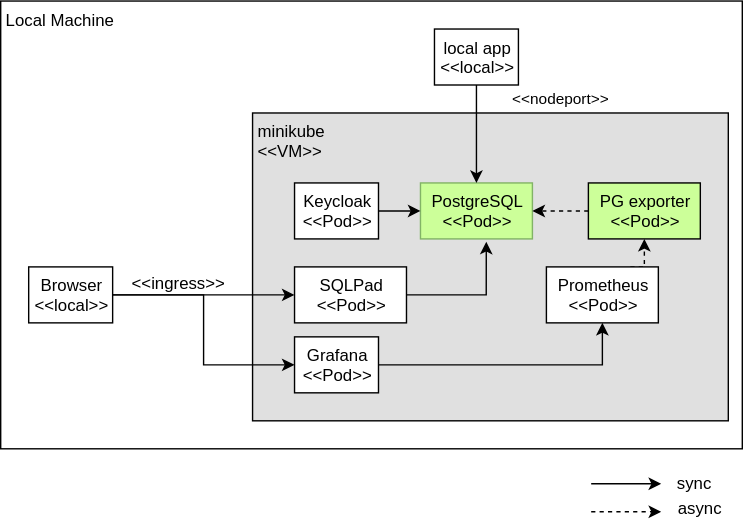
The draw.io diagram doc/kubernetes/modules/ROOT/images/storage/minikube-runtime-view-postgres.dio.svg in keycloak/keycloak-benchmark, before a commit. Source tidied: cells renumbered, new cells last; positions are measured from the earlier drawing's top-left corner, leaving out a move shared by most shapes. Source of this version:
```xml
<mxGraphModel>
  <root>
    <mxCell id="0" />
    <mxCell id="1" parent="0" />
    <mxCell id="2" value="Local Machine" style="rounded=0;whiteSpace=wrap;html=1;align=left;labelPosition=center;verticalLabelPosition=middle;verticalAlign=top;spacingLeft=2;" parent="1" vertex="1">
      <mxGeometry width="530" height="320" as="geometry" />
    </mxCell>
    <mxCell id="3" value="minikube&lt;br&gt;&amp;lt;&amp;lt;VM&amp;gt;&amp;gt;" style="rounded=0;whiteSpace=wrap;html=1;align=left;verticalAlign=top;spacing=2;spacingLeft=2;labelBackgroundColor=none;fillColor=#E0E0E0;" parent="1" vertex="1">
      <mxGeometry x="180" y="80" width="340" height="220" as="geometry" />
    </mxCell>
    <mxCell id="4" style="edgeStyle=orthogonalEdgeStyle;rounded=0;jettySize=auto;html=1;entryX=0.5;entryY=1;entryDx=0;entryDy=0;dashed=1;exitX=0.75;exitY=0;exitDx=0;exitDy=0;" parent="1" edge="1" source="5" target="11">
      <mxGeometry relative="1" as="geometry" />
    </mxCell>
    <mxCell id="5" value="Prometheus&lt;br&gt;&amp;lt;&amp;lt;Pod&amp;gt;&amp;gt;" style="rounded=0;whiteSpace=wrap;html=1;align=center;verticalAlign=top;spacing=2;spacingLeft=2;" parent="1" vertex="1">
      <mxGeometry x="390" y="190" width="80" height="40" as="geometry" />
    </mxCell>
    <mxCell id="6" style="edgeStyle=orthogonalEdgeStyle;rounded=0;jettySize=auto;html=1;entryX=0.5;entryY=1;entryDx=0;entryDy=0;" parent="1" edge="1" source="7" target="5">
      <mxGeometry relative="1" as="geometry" />
    </mxCell>
    <mxCell id="7" value="Grafana&lt;br&gt;&amp;lt;&amp;lt;Pod&amp;gt;&amp;gt;" style="rounded=0;whiteSpace=wrap;html=1;align=center;verticalAlign=top;spacing=2;spacingLeft=2;" parent="1" vertex="1">
      <mxGeometry x="210" y="240" width="60" height="40" as="geometry" />
    </mxCell>
    <mxCell id="8" value="Keycloak&lt;br&gt;&amp;lt;&amp;lt;Pod&amp;gt;&amp;gt;" style="rounded=0;whiteSpace=wrap;html=1;align=center;verticalAlign=top;spacing=2;spacingLeft=2;" parent="1" vertex="1">
      <mxGeometry x="210" y="130" width="60" height="40" as="geometry" />
    </mxCell>
    <mxCell id="9" value="PostgreSQL&lt;br&gt;&amp;lt;&amp;lt;Pod&amp;gt;&amp;gt;" style="rounded=0;whiteSpace=wrap;html=1;align=center;verticalAlign=top;spacing=2;spacingLeft=2;fillColor=#CCFF99;strokeColor=#82b366;" parent="1" vertex="1">
      <mxGeometry x="300" y="130" width="80" height="40" as="geometry" />
    </mxCell>
    <mxCell id="10" style="edgeStyle=orthogonalEdgeStyle;rounded=0;jettySize=auto;html=1;dashed=1;" parent="1" edge="1" source="11" target="9">
      <mxGeometry relative="1" as="geometry" />
    </mxCell>
    <mxCell id="11" value="PG exporter&lt;br&gt;&amp;lt;&amp;lt;Pod&amp;gt;&amp;gt;" style="rounded=0;whiteSpace=wrap;html=1;align=center;verticalAlign=top;spacing=2;spacingLeft=2;fillColor=#CCFF99;" parent="1" vertex="1">
      <mxGeometry x="420" y="130" width="80" height="40" as="geometry" />
    </mxCell>
    <mxCell id="12" style="edgeStyle=orthogonalEdgeStyle;rounded=0;jettySize=auto;html=1;entryX=0;entryY=0.5;entryDx=0;entryDy=0;" parent="1" edge="1" source="13" target="7">
      <mxGeometry relative="1" as="geometry" />
    </mxCell>
    <mxCell id="13" value="Browser&lt;br&gt;&amp;lt;&amp;lt;local&amp;gt;&amp;gt;" style="rounded=0;whiteSpace=wrap;html=1;align=center;verticalAlign=top;spacing=2;spacingLeft=2;" parent="1" vertex="1">
      <mxGeometry x="20" y="190" width="60" height="40" as="geometry" />
    </mxCell>
    <mxCell id="14" style="group;" parent="1" vertex="1">
      <mxGeometry x="422" y="330" width="108" height="48" as="geometry" />
    </mxCell>
    <mxCell id="15" style="edgeStyle=orthogonalEdgeStyle;rounded=0;orthogonalLoop=1;jettySize=auto;html=1;" parent="14" edge="1">
      <mxGeometry relative="1" as="geometry">
        <mxPoint y="15" as="sourcePoint" />
        <mxPoint x="50" y="15" as="targetPoint" />
      </mxGeometry>
    </mxCell>
    <mxCell id="16" style="edgeStyle=orthogonalEdgeStyle;rounded=0;orthogonalLoop=1;jettySize=auto;html=1;dashed=1;" parent="14" edge="1">
      <mxGeometry relative="1" as="geometry">
        <mxPoint y="35" as="sourcePoint" />
        <mxPoint x="50" y="35" as="targetPoint" />
      </mxGeometry>
    </mxCell>
    <mxCell id="17" value="sync" style="text;html=1;strokeColor=none;fillColor=none;align=center;verticalAlign=middle;whiteSpace=wrap;rounded=0;labelBackgroundColor=none;" parent="14" vertex="1">
      <mxGeometry x="44" width="60" height="30" as="geometry" />
    </mxCell>
    <mxCell id="18" value="async" style="text;html=1;strokeColor=none;fillColor=none;align=center;verticalAlign=middle;whiteSpace=wrap;rounded=0;labelBackgroundColor=none;" parent="14" vertex="1">
      <mxGeometry x="48" y="18" width="60" height="30" as="geometry" />
    </mxCell>
    <mxCell id="19" value="&lt;span style=&quot;color: rgb(0 , 0 , 0) ; font-family: &amp;#34;helvetica&amp;#34; ; font-size: 12px ; font-style: normal ; font-weight: 400 ; letter-spacing: normal ; text-align: center ; text-indent: 0px ; text-transform: none ; word-spacing: 0px ; display: inline ; float: none&quot;&gt;&amp;lt;&amp;lt;ingress&amp;gt;&amp;gt;&lt;/span&gt;" style="text;whiteSpace=wrap;html=1;" parent="1" vertex="1">
      <mxGeometry x="92" y="188" width="60" height="30" as="geometry" />
    </mxCell>
    <mxCell id="20" value="local app&lt;br&gt;&amp;lt;&amp;lt;local&amp;gt;&amp;gt;" style="rounded=0;whiteSpace=wrap;html=1;align=center;verticalAlign=top;spacing=2;spacingLeft=2;" parent="1" vertex="1">
      <mxGeometry x="310" y="20" width="60" height="40" as="geometry" />
    </mxCell>
    <mxCell id="21" value="&amp;lt;&amp;lt;nodeport&amp;gt;&amp;gt;&lt;br&gt;" style="edgeStyle=orthogonalEdgeStyle;rounded=0;jettySize=auto;html=1;entryX=0.5;entryY=0;entryDx=0;entryDy=0;sketch=0;jumpStyle=gap;exitX=0.5;exitY=1;exitDx=0;exitDy=0;" parent="1" edge="1" source="20" target="9">
      <mxGeometry x="-0.71" y="60" relative="1" as="geometry" />
    </mxCell>
    <mxCell id="22" style="edgeStyle=orthogonalEdgeStyle;rounded=0;jettySize=auto;html=1;entryX=0;entryY=0.5;entryDx=0;entryDy=0;" parent="1" edge="1" target="9">
      <mxGeometry relative="1" as="geometry">
        <mxPoint x="270" y="150" as="sourcePoint" />
      </mxGeometry>
    </mxCell>
    <mxCell id="23" style="edgeStyle=orthogonalEdgeStyle;rounded=0;jettySize=auto;html=1;entryX=0.588;entryY=1.05;entryDx=0;entryDy=0;entryPerimeter=0;" parent="1" edge="1" source="24" target="9">
      <mxGeometry relative="1" as="geometry" />
    </mxCell>
    <mxCell id="24" value="SQLPad&lt;br&gt;&amp;lt;&amp;lt;Pod&amp;gt;&amp;gt;" style="rounded=0;whiteSpace=wrap;html=1;align=center;verticalAlign=top;spacing=2;spacingLeft=2;" parent="1" vertex="1">
      <mxGeometry x="210" y="190" width="80" height="40" as="geometry" />
    </mxCell>
    <mxCell id="25" style="edgeStyle=orthogonalEdgeStyle;rounded=0;jettySize=auto;html=1;entryX=0;entryY=0.5;entryDx=0;entryDy=0;" parent="1" edge="1" target="24">
      <mxGeometry relative="1" as="geometry">
        <mxPoint x="80" y="210" as="sourcePoint" />
      </mxGeometry>
    </mxCell>
  </root>
</mxGraphModel>
```
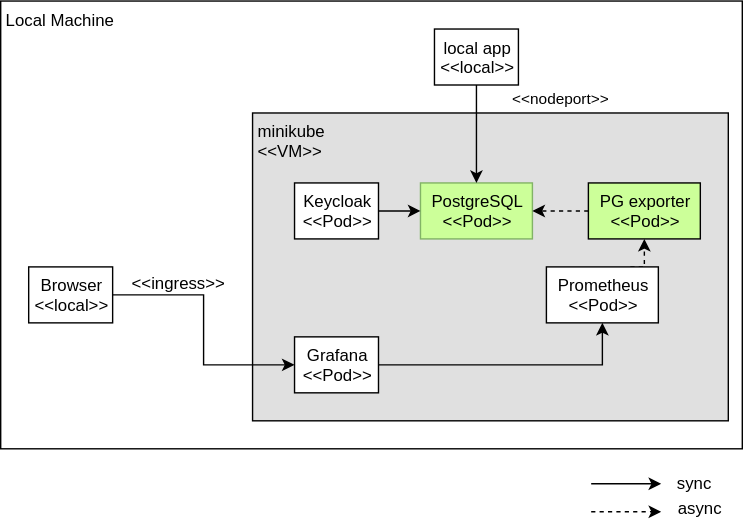
Above is the later version.

Diff of the diagram source:
```diff
@@ -73,16 +73,5 @@
         <mxPoint x="270" y="150" as="sourcePoint" />
       </mxGeometry>
     </mxCell>
-    <mxCell id="23" style="edgeStyle=orthogonalEdgeStyle;rounded=0;jettySize=auto;html=1;entryX=0.588;entryY=1.05;entryDx=0;entryDy=0;entryPerimeter=0;" parent="1" edge="1" source="24" target="9">
-      <mxGeometry relative="1" as="geometry" />
-    </mxCell>
-    <mxCell id="24" value="SQLPad&lt;br&gt;&amp;lt;&amp;lt;Pod&amp;gt;&amp;gt;" style="rounded=0;whiteSpace=wrap;html=1;align=center;verticalAlign=top;spacing=2;spacingLeft=2;" parent="1" vertex="1">
-      <mxGeometry x="210" y="190" width="80" height="40" as="geometry" />
-    </mxCell>
-    <mxCell id="25" style="edgeStyle=orthogonalEdgeStyle;rounded=0;jettySize=auto;html=1;entryX=0;entryY=0.5;entryDx=0;entryDy=0;" parent="1" edge="1" target="24">
-      <mxGeometry relative="1" as="geometry">
-        <mxPoint x="80" y="210" as="sourcePoint" />
-      </mxGeometry>
-    </mxCell>
   </root>
 </mxGraphModel>
```
